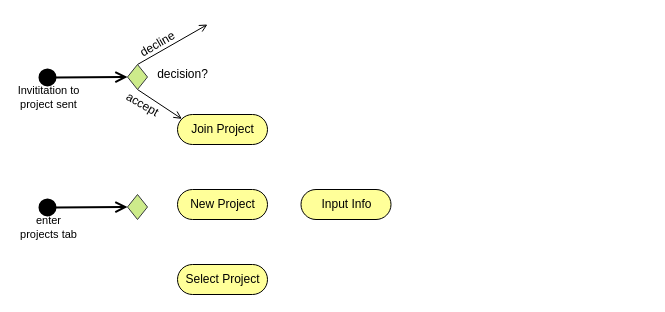
Itaybarbar/myProject keeps this draw.io diagram as page "Project Activity" (4 of 4) of test Diagram.drawio. Above is the earlier version. Source tidied: cells renumbered, new cells numbered last; positions are measured from the earlier drawing's top-left corner, leaving out a move shared by most shapes. Both pictures are drawn from the tidied source at 100%, with x=0, y=0 at pixel (37, 24).
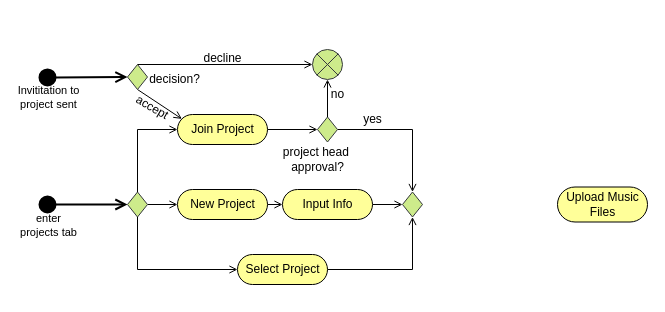
The same page after the edit.

The change refers to these unchanged cells:
```xml
<mxCell id="5" value="New Project" style="html=1;dashed=0;whitespace=wrap;shape=mxgraph.dfd.start;shadow=0;glass=0;labelBackgroundColor=#FFFF99;sketch=0;strokeWidth=1;fillColor=#FFFF99;" parent="1" vertex="1">
  <mxGeometry x="140" y="165" width="90" height="30" as="geometry" />
</mxCell>
<mxCell id="8" value="Join Project" style="html=1;dashed=0;whitespace=wrap;shape=mxgraph.dfd.start;shadow=0;glass=0;labelBackgroundColor=#FFFF99;sketch=0;strokeWidth=1;fillColor=#FFFF99;" parent="1" vertex="1">
  <mxGeometry x="140" y="90" width="90" height="30" as="geometry" />
</mxCell>
<mxCell id="13" style="strokeWidth=1;html=1;shape=mxgraph.flowchart.decision;whiteSpace=wrap;fillColor=#cdeb8b;strokeColor=#36393d;" parent="1" vertex="1">
  <mxGeometry x="90" y="40" width="20" height="25" as="geometry" />
</mxCell>
```

Change to the diagram source:
```diff
@@
     <mxCell id="2" style="html=1;verticalAlign=bottom;startArrow=circle;startFill=10;endArrow=open;startSize=6;endSize=8;rounded=0;strokeWidth=2;entryX=0;entryY=0.5;entryDx=0;entryDy=0;entryPerimeter=0;" parent="1" edge="1" target="4">
       <mxGeometry x="-0.75" y="-30" relative="1" as="geometry">
-        <mxPoint y="183" as="sourcePoint" />
+        <mxPoint y="180" as="sourcePoint" />
       </mxGeometry>
     </mxCell>
@@
+    <mxCell id="17" style="edgeStyle=orthogonalEdgeStyle;rounded=0;jumpSize=5;jettySize=auto;html=1;exitX=0.5;exitY=0;exitDx=0;exitDy=0;exitPerimeter=0;entryX=0;entryY=0.5;entryDx=0;entryDy=0;entryPerimeter=0;startArrow=none;startFill=0;endArrow=open;endFill=0;sourcePerimeterSpacing=16;strokeWidth=1;" parent="1" edge="1" source="4" target="8">
+      <mxGeometry relative="1" as="geometry">
+        <Array as="points">
+          <mxPoint x="100" y="105" />
+        </Array>
+      </mxGeometry>
+    </mxCell>
+    <mxCell id="18" style="edgeStyle=none;rounded=0;jumpSize=5;jettySize=auto;html=1;exitX=1;exitY=0.5;exitDx=0;exitDy=0;exitPerimeter=0;entryX=0;entryY=0.5;entryDx=0;entryDy=0;entryPerimeter=0;startArrow=none;startFill=0;endArrow=open;endFill=0;sourcePerimeterSpacing=16;strokeWidth=1;" parent="1" edge="1" source="4" target="5">
+      <mxGeometry relative="1" as="geometry" />
+    </mxCell>
+    <mxCell id="19" style="edgeStyle=orthogonalEdgeStyle;rounded=0;jumpSize=5;jettySize=auto;html=1;exitX=0.5;exitY=1;exitDx=0;exitDy=0;exitPerimeter=0;startArrow=none;startFill=0;endArrow=open;endFill=0;sourcePerimeterSpacing=16;strokeWidth=1;entryX=0;entryY=0.5;entryDx=0;entryDy=0;entryPerimeter=0;" parent="1" edge="1" source="4" target="7">
+      <mxGeometry relative="1" as="geometry">
+        <Array as="points">
+          <mxPoint x="100" y="245" />
+        </Array>
+      </mxGeometry>
+    </mxCell>
     <mxCell id="4" style="strokeWidth=1;html=1;shape=mxgraph.flowchart.decision;whiteSpace=wrap;fillColor=#cdeb8b;strokeColor=#36393d;" parent="1" vertex="1">
-      <mxGeometry x="90" y="170" width="20" height="25" as="geometry" />
+      <mxGeometry x="90" y="167.5" width="20" height="25" as="geometry" />
     </mxCell>
+    <mxCell id="20" style="edgeStyle=none;rounded=0;jumpSize=5;jettySize=auto;html=1;exitX=1;exitY=0.5;exitDx=0;exitDy=0;exitPerimeter=0;entryX=0;entryY=0.5;entryDx=0;entryDy=0;entryPerimeter=0;startArrow=none;startFill=0;endArrow=open;endFill=0;sourcePerimeterSpacing=16;strokeWidth=1;" parent="1" edge="1" source="5" target="6">
+      <mxGeometry relative="1" as="geometry" />
+    </mxCell>
@@
+    <mxCell id="21" style="edgeStyle=none;rounded=0;jumpSize=5;jettySize=auto;html=1;exitX=1;exitY=0.5;exitDx=0;exitDy=0;exitPerimeter=0;entryX=0;entryY=0.5;entryDx=0;entryDy=0;entryPerimeter=0;startArrow=none;startFill=0;endArrow=open;endFill=0;sourcePerimeterSpacing=16;strokeWidth=1;" parent="1" edge="1" source="6" target="30">
+      <mxGeometry relative="1" as="geometry" />
+    </mxCell>
     <mxCell id="6" value="Input Info" style="html=1;dashed=0;whitespace=wrap;shape=mxgraph.dfd.start;shadow=0;glass=0;labelBackgroundColor=#FFFF99;sketch=0;strokeWidth=1;fillColor=#FFFF99;" parent="1" vertex="1">
-      <mxGeometry x="263.5" y="165" width="90" height="30" as="geometry" />
+      <mxGeometry x="245" y="165" width="90" height="30" as="geometry" />
     </mxCell>
+    <mxCell id="22" style="edgeStyle=orthogonalEdgeStyle;rounded=0;jumpSize=5;jettySize=auto;html=1;exitX=1;exitY=0.5;exitDx=0;exitDy=0;exitPerimeter=0;entryX=0.5;entryY=1;entryDx=0;entryDy=0;entryPerimeter=0;startArrow=none;startFill=0;endArrow=open;endFill=0;sourcePerimeterSpacing=16;strokeWidth=1;" parent="1" edge="1" source="7" target="30">
+      <mxGeometry relative="1" as="geometry">
+        <Array as="points">
+          <mxPoint x="375" y="245" />
+        </Array>
+      </mxGeometry>
+    </mxCell>
     <mxCell id="7" value="Select Project" style="html=1;dashed=0;whitespace=wrap;shape=mxgraph.dfd.start;shadow=0;glass=0;labelBackgroundColor=#FFFF99;sketch=0;strokeWidth=1;fillColor=#FFFF99;" parent="1" vertex="1">
-      <mxGeometry x="140" y="240" width="90" height="30" as="geometry" />
+      <mxGeometry x="200" y="230" width="90" height="30" as="geometry" />
     </mxCell>
+    <mxCell id="23" style="edgeStyle=none;rounded=0;jumpSize=5;jettySize=auto;html=1;exitX=1;exitY=0.5;exitDx=0;exitDy=0;exitPerimeter=0;startArrow=none;startFill=0;endArrow=open;endFill=0;sourcePerimeterSpacing=16;strokeWidth=1;" parent="1" edge="1" source="8">
+      <mxGeometry relative="1" as="geometry">
+        <mxPoint x="280" y="105" as="targetPoint" />
+      </mxGeometry>
+    </mxCell>
@@
-    <mxCell id="11" style="edgeStyle=none;rounded=0;jumpSize=5;jettySize=auto;html=1;exitX=0.5;exitY=0;exitDx=0;exitDy=0;exitPerimeter=0;startArrow=none;startFill=0;endArrow=open;endFill=0;sourcePerimeterSpacing=16;strokeWidth=1;" parent="1" edge="1" source="13">
-      <mxGeometry relative="1" as="geometry">
-        <mxPoint x="170" as="targetPoint" />
-      </mxGeometry>
+    <mxCell id="11" style="edgeStyle=none;rounded=0;jumpSize=5;jettySize=auto;html=1;exitX=0.5;exitY=0;exitDx=0;exitDy=0;exitPerimeter=0;startArrow=none;startFill=0;endArrow=open;endFill=0;sourcePerimeterSpacing=16;strokeWidth=1;entryX=0;entryY=0.5;entryDx=0;entryDy=0;entryPerimeter=0;" parent="1" edge="1" source="13" target="24">
+      <mxGeometry relative="1" as="geometry" />
     </mxCell>
@@
     <mxCell id="14" value="decision?" style="text;html=1;align=center;verticalAlign=middle;strokeColor=none;fillColor=none;" parent="1" vertex="1">
-      <mxGeometry x="110" y="40" width="70" height="20" as="geometry" />
+      <mxGeometry x="102" y="45" width="70" height="20" as="geometry" />
     </mxCell>
-    <mxCell id="15" value="decline" style="text;html=1;align=center;verticalAlign=middle;strokeColor=none;fillColor=none;rotation=-30;" parent="1" vertex="1">
-      <mxGeometry x="95" y="10" width="50" height="20" as="geometry" />
+    <mxCell id="15" value="decline" style="text;html=1;align=center;verticalAlign=middle;strokeColor=none;fillColor=none;rotation=0;" parent="1" vertex="1">
+      <mxGeometry x="160" y="24" width="50" height="20" as="geometry" />
     </mxCell>
     <mxCell id="16" value="accept" style="text;html=1;align=center;verticalAlign=middle;strokeColor=none;fillColor=none;rotation=30;" parent="1" vertex="1">
-      <mxGeometry x="80" y="70" width="50" height="20" as="geometry" />
+      <mxGeometry x="90" y="72.5" width="50" height="20" as="geometry" />
     </mxCell>
+    <mxCell id="24" style="verticalLabelPosition=bottom;verticalAlign=middle;html=1;shape=mxgraph.flowchart.or;fillColor=#cdeb8b;strokeColor=#36393d;strokeWidth=1;" parent="1" vertex="1">
+      <mxGeometry x="275" y="25" width="30" height="30" as="geometry" />
+    </mxCell>
+    <mxCell id="25" style="edgeStyle=none;rounded=0;jumpSize=5;jettySize=auto;html=1;exitX=0.5;exitY=0;exitDx=0;exitDy=0;exitPerimeter=0;entryX=0.5;entryY=1;entryDx=0;entryDy=0;entryPerimeter=0;startArrow=none;startFill=0;endArrow=open;endFill=0;sourcePerimeterSpacing=16;strokeWidth=1;" parent="1" edge="1" source="27" target="24">
+      <mxGeometry relative="1" as="geometry" />
+    </mxCell>
+    <mxCell id="26" style="edgeStyle=orthogonalEdgeStyle;rounded=0;jumpSize=5;jettySize=auto;html=1;exitX=1;exitY=0.5;exitDx=0;exitDy=0;exitPerimeter=0;entryX=0.5;entryY=0;entryDx=0;entryDy=0;entryPerimeter=0;startArrow=none;startFill=0;endArrow=open;endFill=0;sourcePerimeterSpacing=16;strokeWidth=1;" parent="1" edge="1" source="27" target="30">
+      <mxGeometry relative="1" as="geometry" />
+    </mxCell>
+    <mxCell id="27" style="strokeWidth=1;html=1;shape=mxgraph.flowchart.decision;whiteSpace=wrap;fillColor=#cdeb8b;strokeColor=#36393d;" parent="1" vertex="1">
+      <mxGeometry x="280" y="92.5" width="20" height="25" as="geometry" />
+    </mxCell>
+    <mxCell id="28" value="project head&amp;nbsp;&lt;br&gt;approval?" style="text;html=1;align=center;verticalAlign=middle;strokeColor=none;fillColor=none;" parent="1" vertex="1">
+      <mxGeometry x="240" y="120" width="80" height="30" as="geometry" />
+    </mxCell>
+    <mxCell id="29" value="no" style="text;html=1;align=center;verticalAlign=middle;strokeColor=none;fillColor=none;" parent="1" vertex="1">
+      <mxGeometry x="285" y="60" width="30" height="20" as="geometry" />
+    </mxCell>
+    <mxCell id="30" style="strokeWidth=1;html=1;shape=mxgraph.flowchart.decision;whiteSpace=wrap;fillColor=#cdeb8b;strokeColor=#36393d;" parent="1" vertex="1">
+      <mxGeometry x="365" y="167.5" width="20" height="25" as="geometry" />
+    </mxCell>
+    <mxCell id="31" value="yes" style="text;html=1;align=center;verticalAlign=middle;strokeColor=none;fillColor=none;" parent="1" vertex="1">
+      <mxGeometry x="320" y="85" width="30" height="20" as="geometry" />
+    </mxCell>
+    <mxCell id="32" value="Upload Music &lt;br&gt;Files" style="html=1;dashed=0;whitespace=wrap;shape=mxgraph.dfd.start;shadow=0;glass=0;labelBackgroundColor=#FFFF99;sketch=0;strokeWidth=1;fillColor=#FFFF99;" parent="1" vertex="1">
+      <mxGeometry x="520" y="162.5" width="90" height="35" as="geometry" />
+    </mxCell>
```
